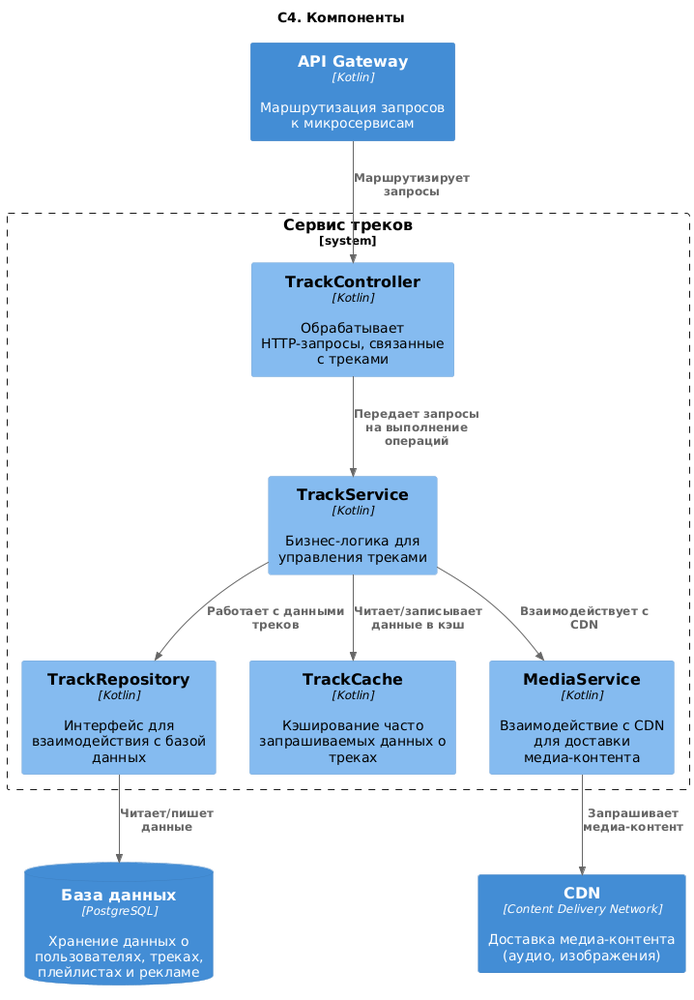
Earlier version of the PlantUML export out/2. Технический проект/3_Component/Component.png (Dasha23451/Project-doc). Source of this version:
```plantuml
@startuml
title "C4. Компоненты"

!include https://raw.githubusercontent.com/plantuml-stdlib/C4-PlantUML/master/C4_Component.puml
!$ICONURL = "https://raw.githubusercontent.com/tupadr3/plantuml-icon-font-sprites/v3.0.0/icons"
!include $ICONURL/common.puml
!include $ICONURL/devicons/react.puml
!include $ICONURL/devicons/php.puml
!include $ICONURL/devicons2/sqlite.puml


Container(api_gateway, "API Gateway", "Kotlin", "Маршрутизация запросов к микросервисам")
ContainerDb(database, "База данных", "PostgreSQL", "Хранение данных о пользователях, треках, плейлистах и рекламе")
Container(cdn, "CDN", "Content Delivery Network", "Доставка медиа-контента (аудио, изображения)")

System_Boundary(track_service, "Сервис треков") {
  Component(track_controller, "TrackController", "Kotlin", "Обрабатывает HTTP-запросы, связанные с треками")
  Component(track_services, "TrackService", "Kotlin", "Бизнес-логика для управления треками")
  Component(track_repository, "TrackRepository", "Kotlin", "Интерфейс для взаимодействия с базой данных")
  Component(track_cache, "TrackCache", "Kotlin", "Кэширование часто запрашиваемых данных о треках")
  Component(media_service, "MediaService", "Kotlin", "Взаимодействие с CDN для доставки медиа-контента")
}

Rel(api_gateway, track_controller, "Маршрутизирует запросы")
Rel(track_controller, track_services, "Передает запросы на выполнение операций")
Rel(track_services, track_repository, "Работает с данными треков")
Rel(track_services, track_cache, "Читает/записывает данные в кэш")
Rel(track_services, media_service, "Взаимодействует с CDN")
Rel(track_repository, database, "Читает/пишет данные")
Rel(media_service, cdn, "Запрашивает медиа-контент")
@enduml
```
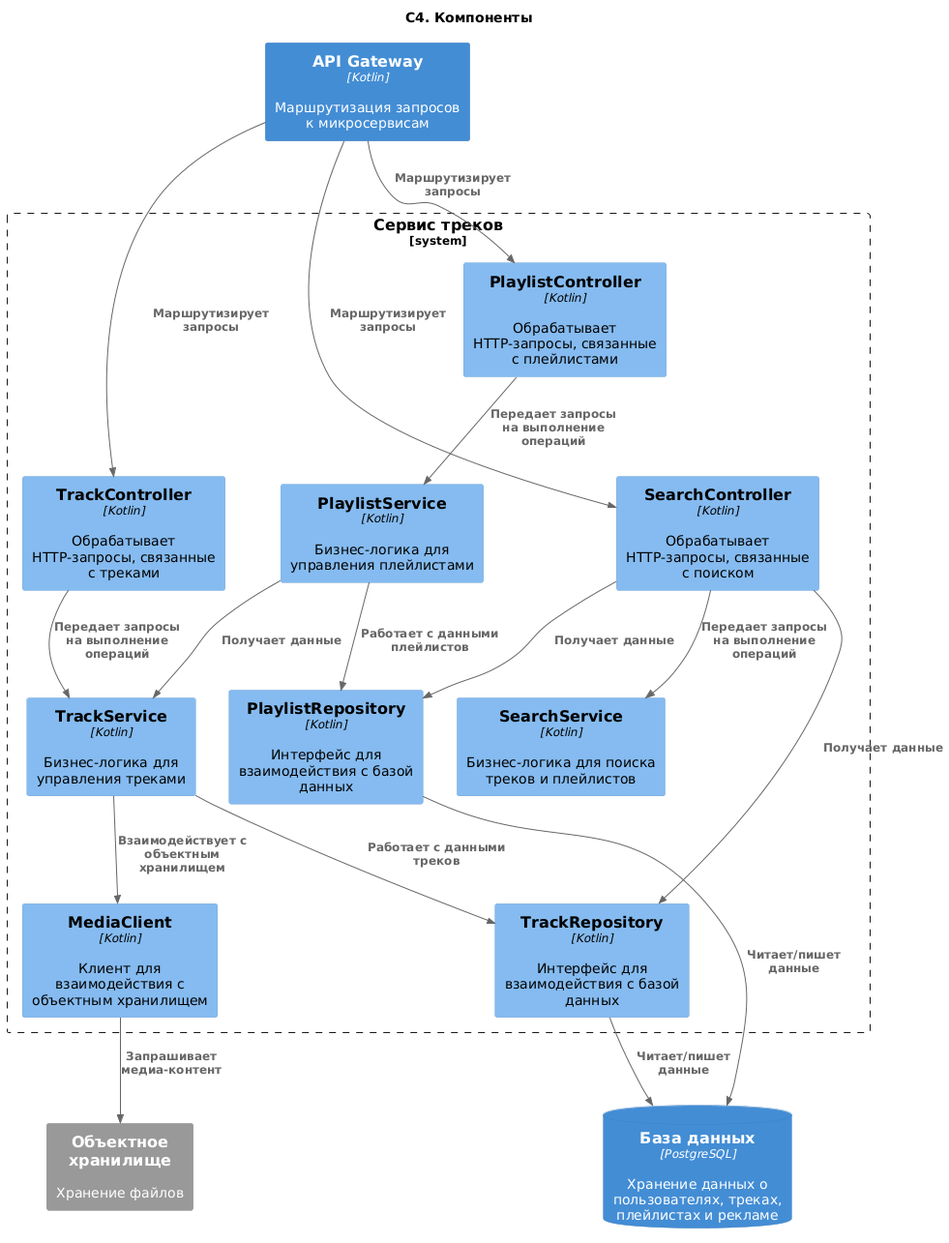
After the change.

Commit message:
Внесены изменения в С4: Компонент

What changed in the source:
```diff
@@ -8,24 +8,44 @@
 !include $ICONURL/devicons/php.puml
 !include $ICONURL/devicons2/sqlite.puml
 
-
 Container(api_gateway, "API Gateway", "Kotlin", "Маршрутизация запросов к микросервисам")
 ContainerDb(database, "База данных", "PostgreSQL", "Хранение данных о пользователях, треках, плейлистах и рекламе")
-Container(cdn, "CDN", "Content Delivery Network", "Доставка медиа-контента (аудио, изображения)")
+System_Ext(storage, "Объектное хранилище", "Хранение файлов")
 
 System_Boundary(track_service, "Сервис треков") {
   Component(track_controller, "TrackController", "Kotlin", "Обрабатывает HTTP-запросы, связанные с треками")
   Component(track_services, "TrackService", "Kotlin", "Бизнес-логика для управления треками")
   Component(track_repository, "TrackRepository", "Kotlin", "Интерфейс для взаимодействия с базой данных")
-  Component(track_cache, "TrackCache", "Kotlin", "Кэширование часто запрашиваемых данных о треках")
-  Component(media_service, "MediaService", "Kotlin", "Взаимодействие с CDN для доставки медиа-контента")
+  Component(media_client, "MediaClient", "Kotlin", "Клиент для взаимодействия с объектным хранилищем")
+
+  Component(search_controller, "SearchController", "Kotlin", "Обрабатывает HTTP-запросы, связанные с поиском")
+  Component(search_services, "SearchService", "Kotlin", "Бизнес-логика для поиска треков и плейлистов")
+
+  Component(playlist_controller, "PlaylistController", "Kotlin", "Обрабатывает HTTP-запросы, связанные с плейлистами")
+  Component(playlist_services, "PlaylistService", "Kotlin", "Бизнес-логика для управления плейлистами")
+  Component(playlist_repository, "PlaylistRepository", "Kotlin", "Интерфейс для взаимодействия с базой данных")
 }
 
 Rel(api_gateway, track_controller, "Маршрутизирует запросы")
+api_gateway-[hidden]-> track_controller
+Rel(api_gateway, search_controller, "Маршрутизирует запросы")
+api_gateway-[hidden]-> search_controller
+Rel(api_gateway, playlist_controller, "Маршрутизирует запросы")
+api_gateway-[hidden]-> playlist_controller
+
 Rel(track_controller, track_services, "Передает запросы на выполнение операций")
 Rel(track_services, track_repository, "Работает с данными треков")
-Rel(track_services, track_cache, "Читает/записывает данные в кэш")
-Rel(track_services, media_service, "Взаимодействует с CDN")
+Rel(track_services, media_client, "Взаимодействует с объектным хранилищем")
 Rel(track_repository, database, "Читает/пишет данные")
-Rel(media_service, cdn, "Запрашивает медиа-контент")
+Rel(media_client, storage, "Запрашивает медиа-контент")
+
+Rel(search_controller, search_services, "Передает запросы на выполнение операций")
+
+Rel(search_controller, playlist_repository, "Получает данные")
+Rel(search_controller, track_repository, "Получает данные")
+Rel(playlist_services, track_services, "Получает данные")
+
+Rel(playlist_controller, playlist_services, "Передает запросы на выполнение операций")
+Rel(playlist_services, playlist_repository, "Работает с данными плейлистов")
+Rel(playlist_repository, database, "Читает/пишет данные")
 @enduml
```
